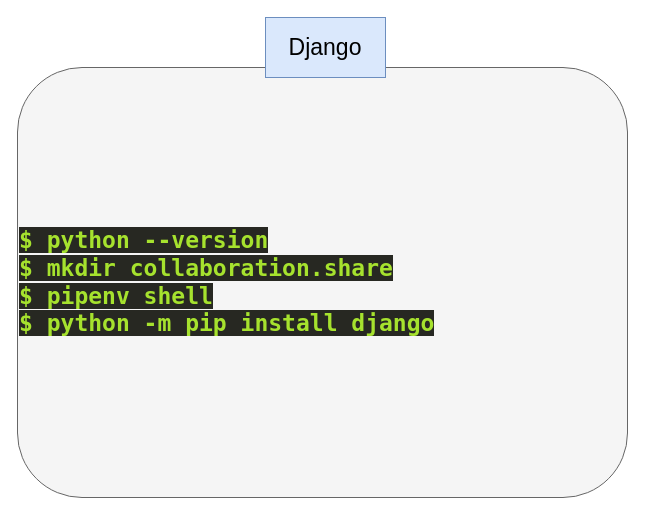
The draw.io diagram page "Django installation" (3 of 4) of Session 1.drawio in raminux/diagrams, before the edit. Source tidied: cells renumbered, new cells numbered last; positions are measured from the earlier drawing's top-left corner, leaving out a move shared by most shapes. Both pictures are drawn from the tidied source at 100%, with x=0, y=0 at pixel (17, 17).
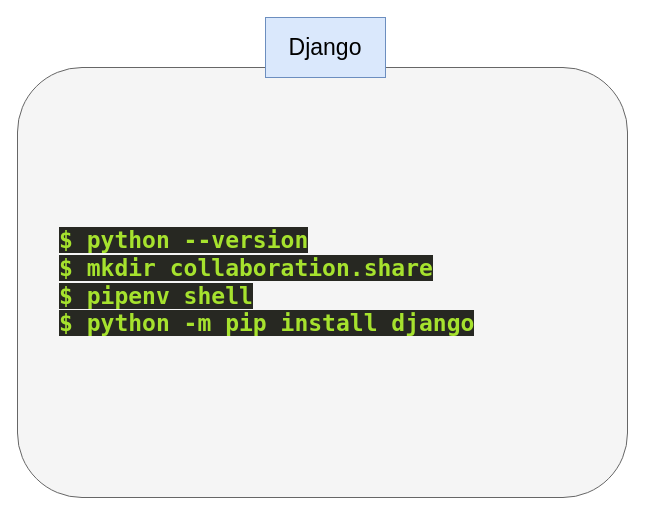
The same page after the edit.

The edit, as a diff of the source:
```diff
@@
 <mxGraphModel>
   <root>
     <mxCell id="0" />
     <mxCell id="1" parent="0" />
-    <mxCell id="2" value="&lt;div&gt;&lt;/div&gt;&lt;span style=&quot;background-color: rgb(39, 40, 34); color: rgb(166, 226, 46); font-family: &amp;quot;Droid Sans Mono&amp;quot;, &amp;quot;monospace&amp;quot;, monospace; font-size: 23px; font-weight: bold;&quot;&gt;$ python --version&lt;br&gt;$ mkdir collaboration.share&lt;br&gt;$ pipenv shell&lt;br&gt;$ python -m pip install django&lt;br&gt;&lt;/span&gt;" style="rounded=1;whiteSpace=wrap;html=1;fontSize=23;align=left;fillColor=#f5f5f5;fontColor=#333333;strokeColor=#666666;" parent="1" vertex="1">
+    <mxCell id="2" value="&lt;div&gt;&lt;/div&gt;&lt;blockquote style=&quot;margin: 0 0 0 40px; border: none; padding: 0px;&quot;&gt;&lt;span style=&quot;background-color: rgb(39, 40, 34); color: rgb(166, 226, 46); font-family: &amp;quot;Droid Sans Mono&amp;quot;, &amp;quot;monospace&amp;quot;, monospace; font-size: 23px; font-weight: bold;&quot;&gt;$ python --version&lt;br&gt;&lt;/span&gt;&lt;span style=&quot;background-color: rgb(39, 40, 34); color: rgb(166, 226, 46); font-family: &amp;quot;Droid Sans Mono&amp;quot;, &amp;quot;monospace&amp;quot;, monospace; font-size: 23px; font-weight: bold;&quot;&gt;$ mkdir collaboration.share&lt;br&gt;&lt;/span&gt;&lt;span style=&quot;background-color: rgb(39, 40, 34); color: rgb(166, 226, 46); font-family: &amp;quot;Droid Sans Mono&amp;quot;, &amp;quot;monospace&amp;quot;, monospace; font-size: 23px; font-weight: bold;&quot;&gt;$ pipenv shell&lt;br&gt;&lt;/span&gt;&lt;span style=&quot;background-color: rgb(39, 40, 34); color: rgb(166, 226, 46); font-family: &amp;quot;Droid Sans Mono&amp;quot;, &amp;quot;monospace&amp;quot;, monospace; font-size: 23px; font-weight: bold;&quot;&gt;$ python -m pip install django&lt;/span&gt;&lt;/blockquote&gt;" style="rounded=1;whiteSpace=wrap;html=1;fontSize=23;align=left;fillColor=#f5f5f5;fontColor=#333333;strokeColor=#666666;" parent="1" vertex="1">
       <mxGeometry y="50" width="610" height="430" as="geometry" />
     </mxCell>
     <mxCell id="3" value="Django" style="rounded=0;whiteSpace=wrap;html=1;fontSize=23;fillColor=#dae8fc;strokeColor=#6c8ebf;" parent="1" vertex="1">
       <mxGeometry x="248" width="120" height="60" as="geometry" />
     </mxCell>
   </root>
 </mxGraphModel>
```
